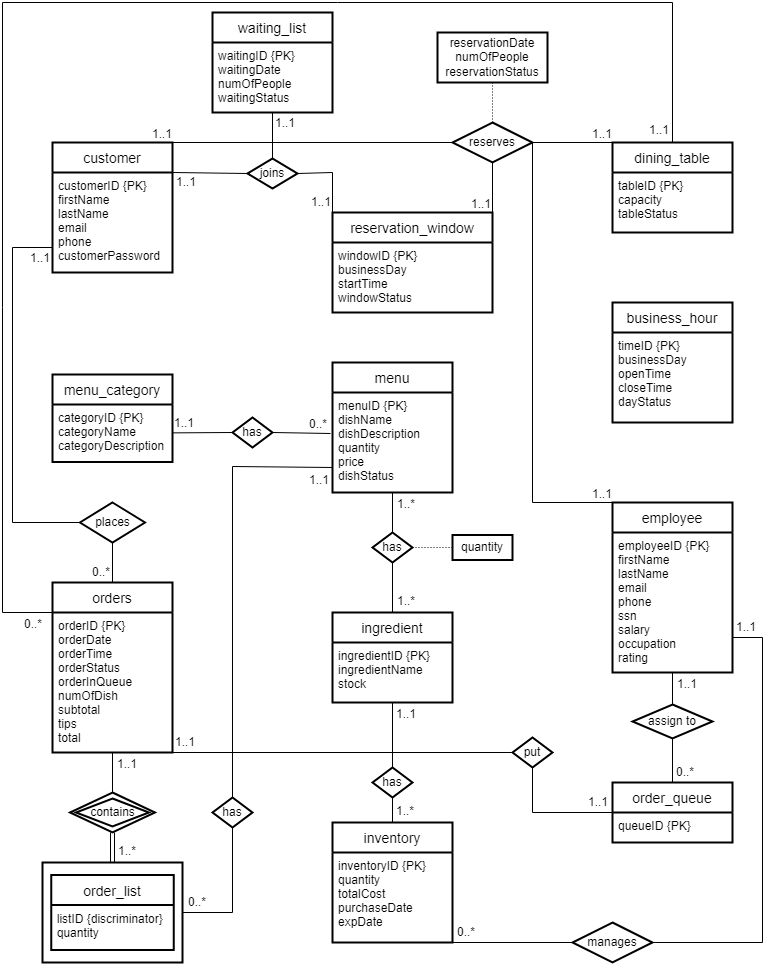
This is final_ERD_picture.png from xbwkkwz/ds5110_project_restaurant, a draw.io export, as it was before one commit. Source tidied: cells renumbered, new cells last; positions are measured from the earlier drawing's top-left corner, leaving out a move shared by most shapes.
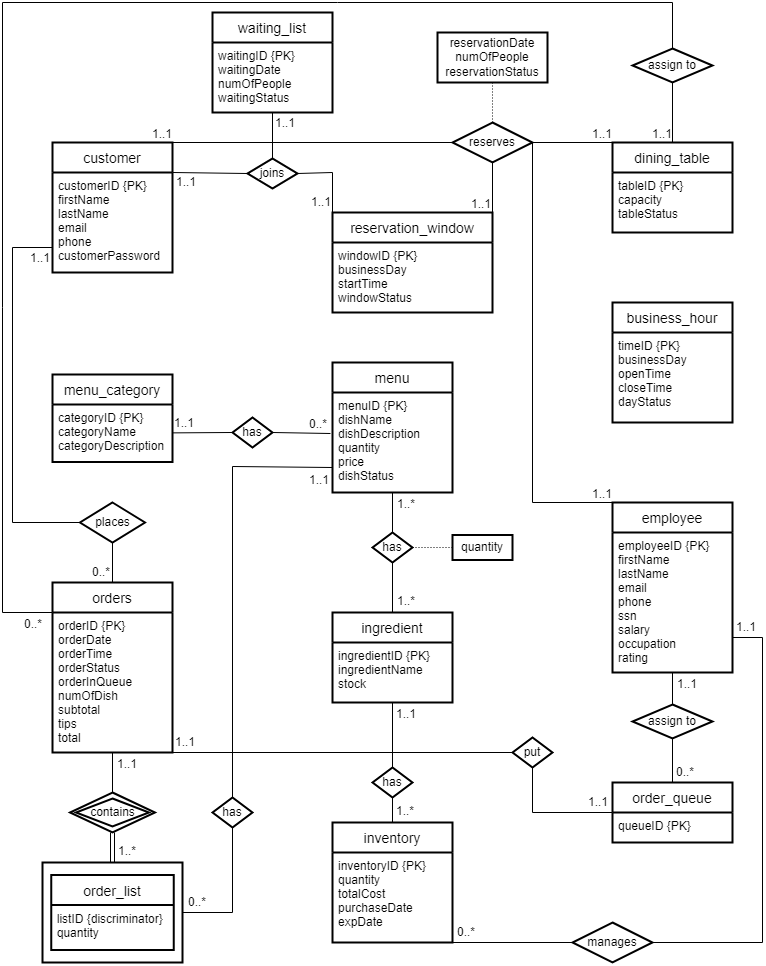
Above is the later version.

What changed in the source:
```diff
@@ -349,7 +349,7 @@
     <mxCell id="92" value="categoryID {PK}&#10;categoryName&#10;categoryDescription" style="align=left;strokeColor=none;fillColor=none;spacingLeft=4;fontSize=12;verticalAlign=top;rounded=0;fontStyle=0;" parent="91" vertex="1">
       <mxGeometry y="30" width="120" height="57.5" as="geometry" />
     </mxCell>
-    <mxCell id="93" style="endArrow=none;html=1;rounded=0;exitX=0;exitY=0.5;exitDx=0;exitDy=0;entryX=0.5;entryY=0;entryDx=0;entryDy=0;" parent="1" edge="1" target="12">
+    <mxCell id="93" style="endArrow=none;html=1;rounded=0;exitX=0;exitY=0.5;exitDx=0;exitDy=0;entryX=0.5;entryY=0;entryDx=0;entryDy=0;" parent="1" edge="1" target="98">
       <mxGeometry relative="1" as="geometry">
         <mxPoint x="50" y="610" as="sourcePoint" />
         <Array as="points">
@@ -359,11 +359,6 @@
         </Array>
       </mxGeometry>
     </mxCell>
-    <mxCell id="94" value="1..1" style="html=1;align=right;verticalAlign=bottom;rounded=0;strokeWidth=2;fillColor=none;" parent="93" vertex="1">
-      <mxGeometry x="1" relative="1" as="geometry">
-        <mxPoint x="-3" y="-4" as="offset" />
-      </mxGeometry>
-    </mxCell>
     <mxCell id="95" value="0..*" style="html=1;align=right;verticalAlign=bottom;rounded=0;strokeWidth=2;fillColor=none;" parent="1" vertex="1">
       <mxGeometry x="40" y="630" as="geometry" />
     </mxCell>
@@ -375,5 +370,14 @@
         <mxPoint x="24" y="-3" as="offset" />
       </mxGeometry>
     </mxCell>
+    <mxCell id="98" value="assign to" style="shape=rhombus;perimeter=rhombusPerimeter;whiteSpace=wrap;html=1;align=center;rounded=0;strokeWidth=2;fillColor=none;" parent="1" vertex="1">
+      <mxGeometry x="630" y="46" width="80" height="34" as="geometry" />
+    </mxCell>
+    <mxCell id="99" style="endArrow=none;html=1;rounded=0;exitX=0.5;exitY=1;exitDx=0;exitDy=0;entryX=0.5;entryY=0;entryDx=0;entryDy=0;" parent="1" edge="1" source="98" target="12">
+      <mxGeometry relative="1" as="geometry" />
+    </mxCell>
+    <mxCell id="94" value="1..1" style="html=1;align=right;verticalAlign=bottom;" parent="99" vertex="1">
+      <mxGeometry x="1" relative="1" as="geometry" />
+    </mxCell>
   </root>
 </mxGraphModel>
```
